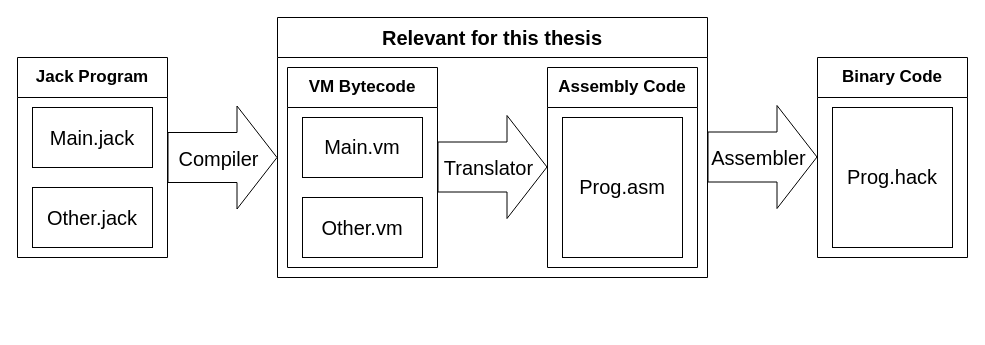
Funkschy/nand-to-browser keeps this draw.io diagram as thesis/fig/hack-pipeline.drawio. Above is the earlier version. Source tidied: cells renumbered, new cells numbered last; positions are measured from the earlier drawing's top-left corner, leaving out a move shared by most shapes. Both pictures are drawn from the tidied source at 100%, with x=0, y=0 at pixel (17, 17).
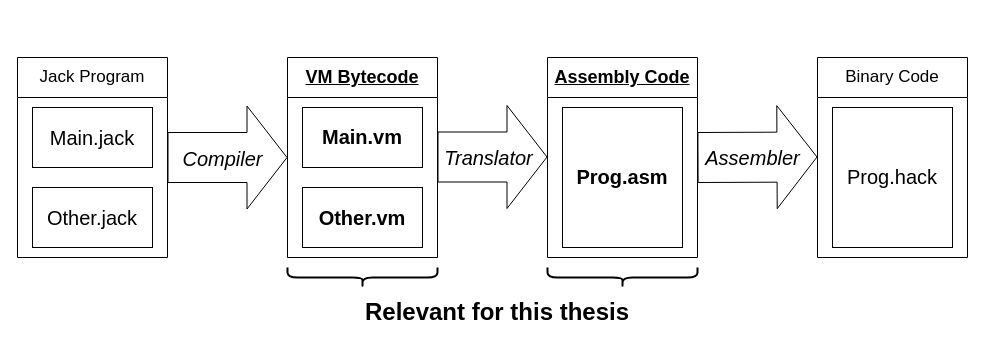
The same page after the edit.

Change to the diagram source:
```diff
@@
-    <mxCell id="2" value="Jack Program" style="swimlane;whiteSpace=wrap;html=1;fontSize=17;startSize=40;" parent="1" vertex="1">
+    <mxCell id="2" value="Jack Program" style="swimlane;whiteSpace=wrap;html=1;fontSize=17;startSize=40;fontStyle=0;" parent="1" vertex="1">
       <mxGeometry y="40" width="150" height="200" as="geometry" />
     </mxCell>
@@
-    <mxCell id="5" style="shape=flexArrow;endArrow=classic;html=1;rounded=0;fontSize=20;exitX=1;exitY=0.5;exitDx=0;exitDy=0;endWidth=52;endSize=13;width=50;entryX=0;entryY=0.5;entryDx=0;entryDy=0;" parent="1" edge="1" source="2">
+    <mxCell id="5" style="shape=flexArrow;endArrow=classic;html=1;rounded=0;fontSize=20;exitX=1;exitY=0.5;exitDx=0;exitDy=0;endWidth=52;endSize=13;width=50;" parent="1" edge="1" source="2">
       <mxGeometry relative="1" as="geometry">
-        <mxPoint x="260" y="140" as="targetPoint" />
+        <mxPoint x="270" y="140" as="targetPoint" />
       </mxGeometry>
     </mxCell>
-    <mxCell id="6" value="&lt;div&gt;Compiler&lt;/div&gt;" style="edgeLabel;html=1;align=center;verticalAlign=middle;fontSize=20;" parent="5" vertex="1">
+    <mxCell id="6" value="&lt;div&gt;Compiler&lt;/div&gt;" style="edgeLabel;html=1;align=center;verticalAlign=middle;fontSize=20;fontStyle=2;" parent="5" vertex="1">
       <mxGeometry x="-0.16" y="-2" relative="1" as="geometry">
         <mxPoint x="4" y="-2" as="offset" />
       </mxGeometry>
     </mxCell>
-    <mxCell id="7" style="shape=flexArrow;endArrow=classic;html=1;rounded=0;fontSize=20;exitX=1;exitY=0.5;exitDx=0;exitDy=0;endWidth=52;endSize=13;width=50;" parent="1" edge="1">
+    <mxCell id="7" style="shape=flexArrow;endArrow=classic;html=1;rounded=0;fontSize=20;endWidth=52;endSize=13;width=50;" parent="1" edge="1">
       <mxGeometry relative="1" as="geometry">
-        <mxPoint x="690" y="139.5" as="sourcePoint" />
+        <mxPoint x="680" y="140" as="sourcePoint" />
         <mxPoint x="800" y="139.5" as="targetPoint" />
       </mxGeometry>
     </mxCell>
-    <mxCell id="8" value="Assembler" style="edgeLabel;html=1;align=center;verticalAlign=middle;fontSize=20;" parent="7" vertex="1">
+    <mxCell id="8" value="Assembler" style="edgeLabel;html=1;align=center;verticalAlign=middle;fontSize=20;fontStyle=2;" parent="7" vertex="1">
       <mxGeometry x="-0.16" y="-2" relative="1" as="geometry">
         <mxPoint x="4" y="-2" as="offset" />
       </mxGeometry>
     </mxCell>
-    <mxCell id="9" value="Binary Code" style="swimlane;whiteSpace=wrap;html=1;fontSize=17;startSize=40;" parent="1" vertex="1">
+    <mxCell id="9" value="Binary Code" style="swimlane;whiteSpace=wrap;html=1;fontSize=17;startSize=40;fontStyle=0;" parent="1" vertex="1">
       <mxGeometry x="800" y="40" width="150" height="200" as="geometry" />
     </mxCell>
@@
-    <mxCell id="11" value="Relevant for this thesis" style="swimlane;whiteSpace=wrap;html=1;fontSize=20;startSize=40;" parent="1" vertex="1">
-      <mxGeometry x="260" width="430" height="260" as="geometry" />
-    </mxCell>
-    <mxCell id="12" value="VM Bytecode" style="swimlane;whiteSpace=wrap;html=1;fontSize=17;startSize=40;" parent="11" vertex="1">
-      <mxGeometry x="10" y="50" width="150" height="200" as="geometry" />
+    <mxCell id="12" value="VM Bytecode" style="swimlane;whiteSpace=wrap;html=1;fontSize=18;startSize=40;fontStyle=5;" parent="1" vertex="1">
+      <mxGeometry x="270" y="40" width="150" height="200" as="geometry" />
     </mxCell>
-    <mxCell id="13" value="&lt;font style=&quot;font-size: 20px;&quot;&gt;Main.vm&lt;/font&gt;" style="rounded=0;whiteSpace=wrap;html=1;fontSize=17;" parent="12" vertex="1">
+    <mxCell id="13" value="&lt;font style=&quot;font-size: 20px;&quot;&gt;Main.vm&lt;/font&gt;" style="rounded=0;whiteSpace=wrap;html=1;fontSize=17;fontStyle=1;" parent="12" vertex="1">
       <mxGeometry x="15" y="50" width="120" height="60" as="geometry" />
     </mxCell>
-    <mxCell id="14" value="&lt;div style=&quot;font-size: 20px;&quot;&gt;&lt;font style=&quot;font-size: 20px;&quot;&gt;Other.vm&lt;/font&gt;&lt;/div&gt;" style="rounded=0;whiteSpace=wrap;html=1;fontSize=17;" parent="12" vertex="1">
+    <mxCell id="14" value="&lt;div style=&quot;font-size: 20px;&quot;&gt;&lt;font style=&quot;font-size: 20px;&quot;&gt;Other.vm&lt;/font&gt;&lt;/div&gt;" style="rounded=0;whiteSpace=wrap;html=1;fontSize=17;fontStyle=1;" parent="12" vertex="1">
       <mxGeometry x="15" y="130" width="120" height="60" as="geometry" />
     </mxCell>
+    <mxCell id="17" value="Assembly Code" style="swimlane;whiteSpace=wrap;html=1;fontSize=18;startSize=40;fontStyle=5;" parent="1" vertex="1">
+      <mxGeometry x="530" y="40" width="150" height="200" as="geometry" />
+    </mxCell>
+    <mxCell id="18" value="&lt;font style=&quot;font-size: 20px;&quot;&gt;Prog.asm&lt;/font&gt;" style="rounded=0;whiteSpace=wrap;html=1;fontSize=17;fontStyle=1;" parent="17" vertex="1">
+      <mxGeometry x="15" y="50" width="120" height="140" as="geometry" />
+    </mxCell>
-    <mxCell id="15" style="shape=flexArrow;endArrow=classic;html=1;rounded=0;fontSize=20;exitX=1;exitY=0.5;exitDx=0;exitDy=0;endWidth=52;endSize=13;width=50;" parent="11" edge="1">
+    <mxCell id="15" style="shape=flexArrow;endArrow=classic;html=1;rounded=0;fontSize=20;exitX=1;exitY=0.5;exitDx=0;exitDy=0;endWidth=52;endSize=13;width=50;fontStyle=1;" parent="1" edge="1">
       <mxGeometry relative="1" as="geometry">
-        <mxPoint x="160" y="149.5" as="sourcePoint" />
-        <mxPoint x="270" y="149.5" as="targetPoint" />
+        <mxPoint x="420" y="139.5" as="sourcePoint" />
+        <mxPoint x="530" y="139.5" as="targetPoint" />
       </mxGeometry>
     </mxCell>
-    <mxCell id="16" value="Translator" style="edgeLabel;html=1;align=center;verticalAlign=middle;fontSize=20;" parent="15" vertex="1">
+    <mxCell id="16" value="Translator" style="edgeLabel;html=1;align=center;verticalAlign=middle;fontSize=20;fontStyle=2;" parent="15" vertex="1">
       <mxGeometry x="-0.16" y="-2" relative="1" as="geometry">
         <mxPoint x="4" y="-2" as="offset" />
       </mxGeometry>
     </mxCell>
-    <mxCell id="17" value="Assembly Code" style="swimlane;whiteSpace=wrap;html=1;fontSize=17;startSize=40;" parent="11" vertex="1">
-      <mxGeometry x="270" y="50" width="150" height="200" as="geometry" />
-    </mxCell>
-    <mxCell id="18" value="&lt;font style=&quot;font-size: 20px;&quot;&gt;Prog.asm&lt;/font&gt;" style="rounded=0;whiteSpace=wrap;html=1;fontSize=17;" parent="17" vertex="1">
-      <mxGeometry x="15" y="50" width="120" height="140" as="geometry" />
-    </mxCell>
+    <mxCell id="19" style="shape=curlyBracket;whiteSpace=wrap;html=1;rounded=1;flipH=1;labelPosition=right;verticalLabelPosition=middle;align=left;verticalAlign=middle;rotation=90;fontStyle=0;strokeWidth=2;" parent="1" vertex="1">
+      <mxGeometry x="335" y="185" width="20" height="150" as="geometry" />
+    </mxCell>
+    <mxCell id="20" style="shape=curlyBracket;whiteSpace=wrap;html=1;rounded=1;flipH=1;labelPosition=right;verticalLabelPosition=middle;align=left;verticalAlign=middle;rotation=90;strokeWidth=2;" parent="1" vertex="1">
+      <mxGeometry x="595" y="185" width="20" height="150" as="geometry" />
+    </mxCell>
+    <mxCell id="11" value="Relevant for this thesis" style="text;html=1;strokeColor=none;fillColor=none;align=center;verticalAlign=middle;whiteSpace=wrap;rounded=0;fontSize=24;fontStyle=1;" parent="1" vertex="1">
+      <mxGeometry x="330" y="280" width="300" height="30" as="geometry" />
+    </mxCell>
```
